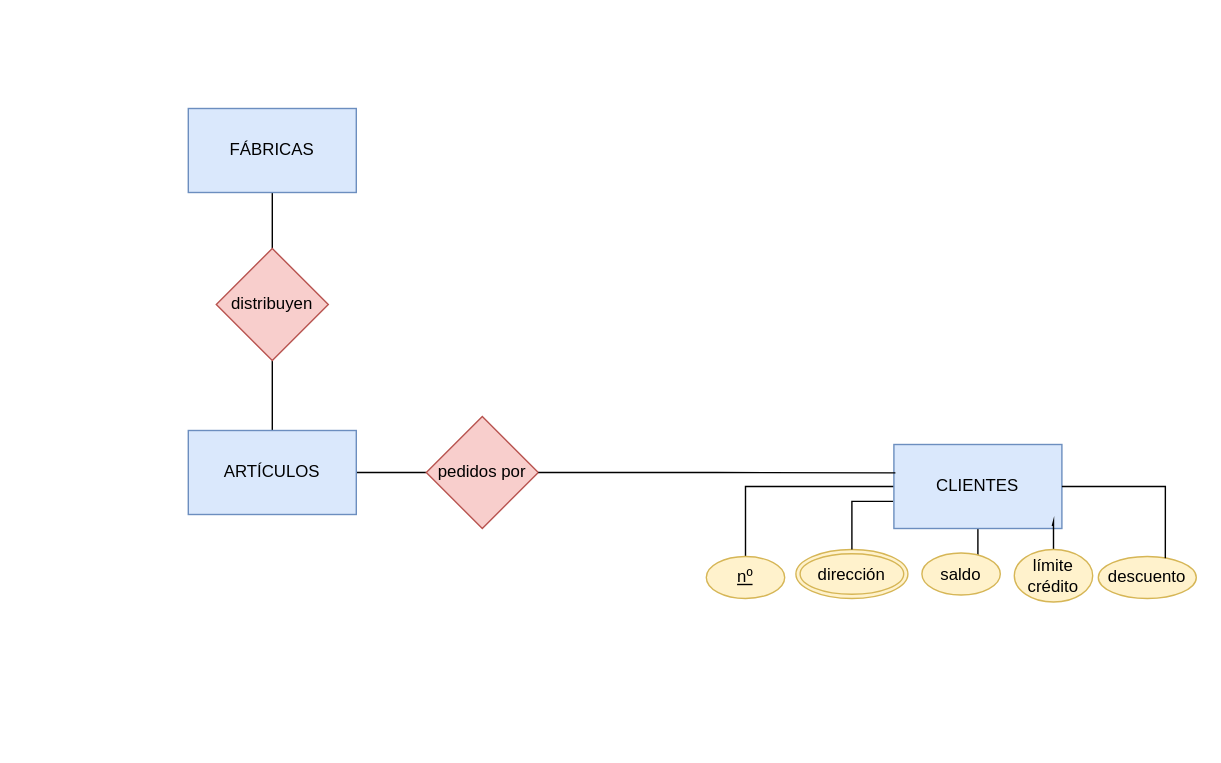
Above: Unidad-1/Tareas/Tarea 1/Diagrama sin título.drawio in YoooKai/Base-de-Datos (draw.io), before the change. Source tidied: cells renumbered, new cells numbered last; positions are measured from the earlier drawing's top-left corner, leaving out a move shared by most shapes. Both pictures are drawn from the tidied source at 140%, with x=0, y=0 at pixel (188, 108).
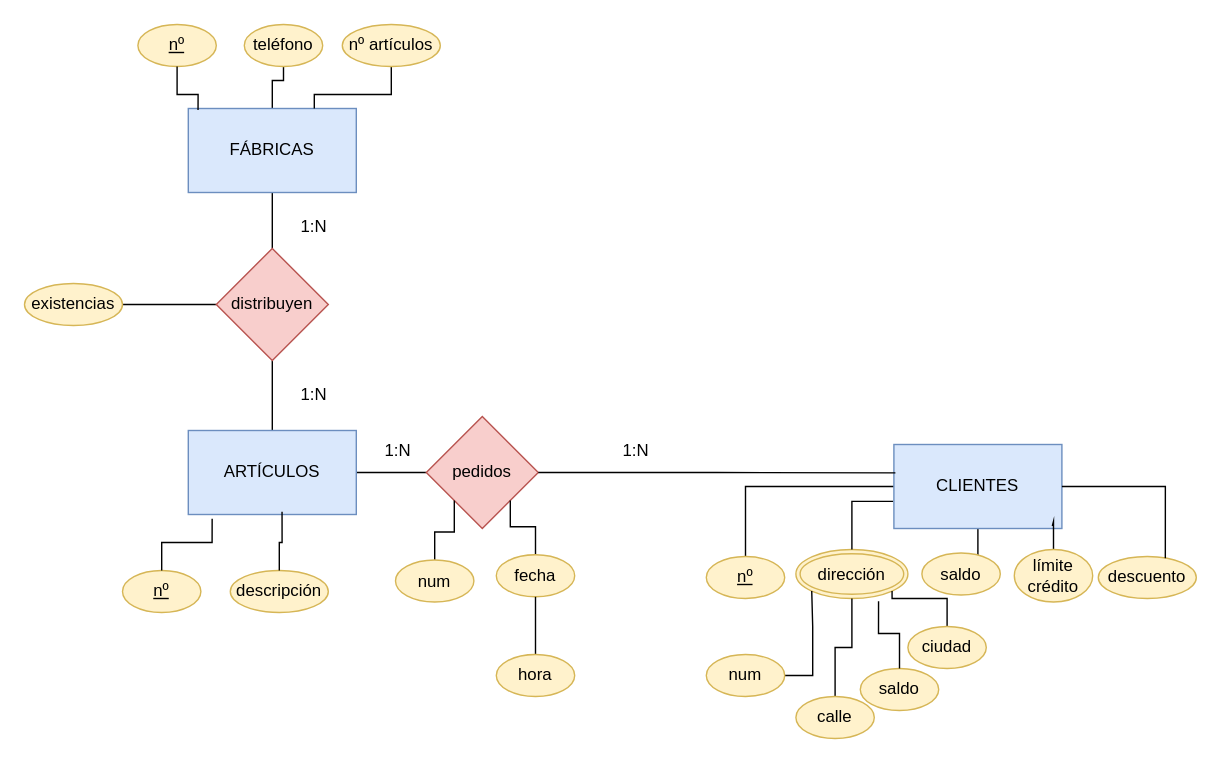
The same page after the edit.

The change refers to these unchanged cells:
```xml
<mxCell id="3" value="FÁBRICAS" style="rounded=0;whiteSpace=wrap;html=1;fillColor=#dae8fc;strokeColor=#6c8ebf;" parent="1" vertex="1">
  <mxGeometry width="120" height="60" as="geometry" />
</mxCell>
<mxCell id="5" value="distribuyen" style="rhombus;whiteSpace=wrap;html=1;fillColor=#f8cecc;strokeColor=#b85450;" parent="1" vertex="1">
  <mxGeometry x="20" y="100" width="80" height="80" as="geometry" />
</mxCell>
<mxCell id="7" value="ARTÍCULOS" style="rounded=0;whiteSpace=wrap;html=1;fillColor=#dae8fc;strokeColor=#6c8ebf;" parent="1" vertex="1">
  <mxGeometry y="230" width="120" height="60" as="geometry" />
</mxCell>
<mxCell id="13" value="dirección" style="ellipse;shape=doubleEllipse;margin=3;whiteSpace=wrap;html=1;align=center;fillColor=#fff2cc;strokeColor=#d6b656;" parent="1" vertex="1">
  <mxGeometry x="434" y="315" width="80" height="35" as="geometry" />
</mxCell>
```

Diff of the diagram source:
```diff
@@
+    <mxCell id="21" style="edgeStyle=orthogonalEdgeStyle;rounded=0;jettySize=auto;html=1;endArrow=none;endFill=0;" parent="1" edge="1" source="3" target="27">
+      <mxGeometry relative="1" as="geometry" />
+    </mxCell>
@@
+    <mxCell id="22" style="edgeStyle=orthogonalEdgeStyle;rounded=0;jettySize=auto;html=1;entryX=1;entryY=0.5;entryDx=0;entryDy=0;endArrow=none;endFill=0;" parent="1" edge="1" source="5" target="26">
+      <mxGeometry relative="1" as="geometry" />
+    </mxCell>
@@
-    <mxCell id="8" value="pedidos por" style="rhombus;whiteSpace=wrap;html=1;fillColor=#f8cecc;strokeColor=#b85450;" parent="1" vertex="1">
+    <mxCell id="8" value="pedidos" style="rhombus;whiteSpace=wrap;html=1;fillColor=#f8cecc;strokeColor=#b85450;" parent="1" vertex="1">
       <mxGeometry x="170" y="220" width="80" height="80" as="geometry" />
     </mxCell>
@@
+    <mxCell id="23" value="&lt;u&gt;nº&lt;/u&gt;" style="ellipse;whiteSpace=wrap;html=1;fillColor=#fff2cc;strokeColor=#d6b656;" parent="1" vertex="1">
+      <mxGeometry x="-47" y="330" width="56" height="30" as="geometry" />
+    </mxCell>
+    <mxCell id="24" value="&lt;u&gt;nº&lt;/u&gt;" style="ellipse;whiteSpace=wrap;html=1;fillColor=#fff2cc;strokeColor=#d6b656;" parent="1" vertex="1">
+      <mxGeometry x="-36" y="-60" width="56" height="30" as="geometry" />
+    </mxCell>
+    <mxCell id="25" value="descripción" style="ellipse;whiteSpace=wrap;html=1;fillColor=#fff2cc;strokeColor=#d6b656;" parent="1" vertex="1">
+      <mxGeometry x="30" y="330" width="70" height="30" as="geometry" />
+    </mxCell>
+    <mxCell id="26" value="existencias" style="ellipse;whiteSpace=wrap;html=1;fillColor=#fff2cc;strokeColor=#d6b656;" parent="1" vertex="1">
+      <mxGeometry x="-117" y="125" width="70" height="30" as="geometry" />
+    </mxCell>
+    <mxCell id="27" value="teléfono" style="ellipse;whiteSpace=wrap;html=1;fillColor=#fff2cc;strokeColor=#d6b656;" parent="1" vertex="1">
+      <mxGeometry x="40" y="-60" width="56" height="30" as="geometry" />
+    </mxCell>
+    <mxCell id="28" style="edgeStyle=orthogonalEdgeStyle;rounded=0;jettySize=auto;html=1;entryX=0.75;entryY=0;entryDx=0;entryDy=0;endArrow=none;endFill=0;" parent="1" edge="1" source="29" target="3">
+      <mxGeometry relative="1" as="geometry" />
+    </mxCell>
+    <mxCell id="29" value="nº artículos" style="ellipse;whiteSpace=wrap;html=1;fillColor=#fff2cc;strokeColor=#d6b656;" parent="1" vertex="1">
+      <mxGeometry x="110" y="-60" width="70" height="30" as="geometry" />
+    </mxCell>
+    <mxCell id="30" style="edgeStyle=orthogonalEdgeStyle;rounded=0;jettySize=auto;html=1;entryX=0;entryY=1;entryDx=0;entryDy=0;endArrow=none;endFill=0;" parent="1" edge="1" source="31" target="13">
+      <mxGeometry relative="1" as="geometry" />
+    </mxCell>
+    <mxCell id="31" value="num" style="ellipse;whiteSpace=wrap;html=1;fillColor=#fff2cc;strokeColor=#d6b656;" parent="1" vertex="1">
+      <mxGeometry x="370" y="390" width="56" height="30" as="geometry" />
+    </mxCell>
+    <mxCell id="32" value="saldo" style="ellipse;whiteSpace=wrap;html=1;fillColor=#fff2cc;strokeColor=#d6b656;" parent="1" vertex="1">
+      <mxGeometry x="480" y="400" width="56" height="30" as="geometry" />
+    </mxCell>
+    <mxCell id="33" style="edgeStyle=orthogonalEdgeStyle;rounded=0;jettySize=auto;html=1;endArrow=none;endFill=0;" parent="1" edge="1" source="34" target="13">
+      <mxGeometry relative="1" as="geometry" />
+    </mxCell>
+    <mxCell id="34" value="calle" style="ellipse;whiteSpace=wrap;html=1;fillColor=#fff2cc;strokeColor=#d6b656;" parent="1" vertex="1">
+      <mxGeometry x="434" y="420" width="56" height="30" as="geometry" />
+    </mxCell>
+    <mxCell id="35" style="edgeStyle=orthogonalEdgeStyle;rounded=0;jettySize=auto;html=1;entryX=1;entryY=1;entryDx=0;entryDy=0;endArrow=none;endFill=0;" parent="1" edge="1" source="36" target="13">
+      <mxGeometry relative="1" as="geometry" />
+    </mxCell>
+    <mxCell id="36" value="ciudad" style="ellipse;whiteSpace=wrap;html=1;fillColor=#fff2cc;strokeColor=#d6b656;" parent="1" vertex="1">
+      <mxGeometry x="514" y="370" width="56" height="30" as="geometry" />
+    </mxCell>
+    <mxCell id="37" style="edgeStyle=orthogonalEdgeStyle;rounded=0;jettySize=auto;html=1;entryX=0;entryY=1;entryDx=0;entryDy=0;endArrow=none;endFill=0;" parent="1" edge="1" source="38" target="8">
+      <mxGeometry relative="1" as="geometry" />
+    </mxCell>
+    <mxCell id="38" value="num" style="ellipse;whiteSpace=wrap;html=1;fillColor=#fff2cc;strokeColor=#d6b656;" parent="1" vertex="1">
+      <mxGeometry x="148" y="322.5" width="56" height="30" as="geometry" />
+    </mxCell>
+    <mxCell id="39" style="edgeStyle=orthogonalEdgeStyle;rounded=0;jettySize=auto;html=1;entryX=1;entryY=1;entryDx=0;entryDy=0;endArrow=none;endFill=0;" parent="1" edge="1" source="40" target="8">
+      <mxGeometry relative="1" as="geometry" />
+    </mxCell>
+    <mxCell id="40" value="fecha" style="ellipse;whiteSpace=wrap;html=1;fillColor=#fff2cc;strokeColor=#d6b656;" parent="1" vertex="1">
+      <mxGeometry x="220" y="318.8" width="56" height="30" as="geometry" />
+    </mxCell>
+    <mxCell id="41" style="edgeStyle=orthogonalEdgeStyle;rounded=0;jettySize=auto;html=1;entryX=0.738;entryY=1.057;entryDx=0;entryDy=0;entryPerimeter=0;endArrow=none;endFill=0;" parent="1" edge="1" source="32" target="13">
+      <mxGeometry relative="1" as="geometry" />
+    </mxCell>
+    <mxCell id="42" style="edgeStyle=orthogonalEdgeStyle;rounded=0;jettySize=auto;html=1;entryX=0.058;entryY=0.017;entryDx=0;entryDy=0;entryPerimeter=0;endArrow=none;endFill=0;" parent="1" edge="1" source="24" target="3">
+      <mxGeometry relative="1" as="geometry" />
+    </mxCell>
+    <mxCell id="43" style="edgeStyle=orthogonalEdgeStyle;rounded=0;jettySize=auto;html=1;entryX=0.558;entryY=0.967;entryDx=0;entryDy=0;entryPerimeter=0;endArrow=none;endFill=0;" parent="1" edge="1" source="25" target="7">
+      <mxGeometry relative="1" as="geometry" />
+    </mxCell>
+    <mxCell id="44" style="edgeStyle=orthogonalEdgeStyle;rounded=0;jettySize=auto;html=1;entryX=0.142;entryY=1.05;entryDx=0;entryDy=0;entryPerimeter=0;endArrow=none;endFill=0;" parent="1" edge="1" source="23" target="7">
+      <mxGeometry relative="1" as="geometry" />
+    </mxCell>
+    <mxCell id="45" value="1:N" style="text;html=1;strokeColor=none;fillColor=none;align=center;verticalAlign=middle;whiteSpace=wrap;rounded=0;" parent="1" vertex="1">
+      <mxGeometry x="120" y="230" width="60" height="30" as="geometry" />
+    </mxCell>
+    <mxCell id="46" style="edgeStyle=orthogonalEdgeStyle;rounded=0;jettySize=auto;html=1;endArrow=none;endFill=0;" parent="1" edge="1" source="47" target="40">
+      <mxGeometry relative="1" as="geometry" />
+    </mxCell>
+    <mxCell id="47" value="hora" style="ellipse;whiteSpace=wrap;html=1;fillColor=#fff2cc;strokeColor=#d6b656;" parent="1" vertex="1">
+      <mxGeometry x="220" y="390" width="56" height="30" as="geometry" />
+    </mxCell>
+    <mxCell id="48" value="1:N" style="text;html=1;strokeColor=none;fillColor=none;align=center;verticalAlign=middle;whiteSpace=wrap;rounded=0;" parent="1" vertex="1">
+      <mxGeometry x="290" y="230" width="60" height="30" as="geometry" />
+    </mxCell>
+    <mxCell id="49" value="1:N" style="text;html=1;strokeColor=none;fillColor=none;align=center;verticalAlign=middle;whiteSpace=wrap;rounded=0;" parent="1" vertex="1">
+      <mxGeometry x="60" y="190" width="60" height="30" as="geometry" />
+    </mxCell>
+    <mxCell id="50" value="1:N" style="text;html=1;strokeColor=none;fillColor=none;align=center;verticalAlign=middle;whiteSpace=wrap;rounded=0;" parent="1" vertex="1">
+      <mxGeometry x="60" y="70" width="60" height="30" as="geometry" />
+    </mxCell>
```
